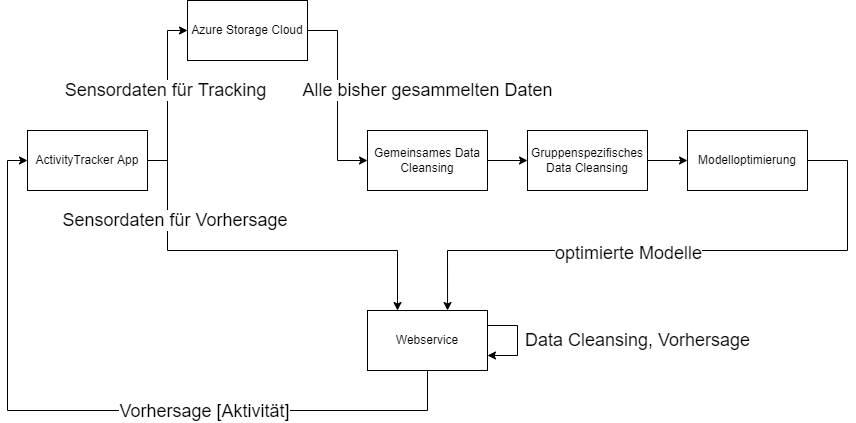
phyti1/ds_activity_tracker keeps this draw.io diagram as Datenfluss.drawio.png. Above is the earlier version. Source tidied: cells renumbered, new cells last; positions are measured from the earlier drawing's top-left corner, leaving out a move shared by most shapes.
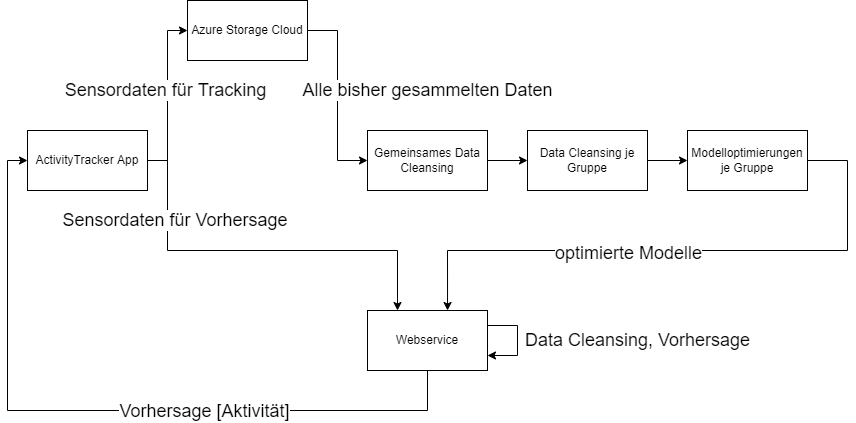
Later version of the same file.

Diff of the diagram source:
```diff
@@ -44,7 +44,7 @@
     <mxCell id="11" value="Gemeinsames Data Cleansing" style="rounded=0;whiteSpace=wrap;html=1;" parent="1" vertex="1">
       <mxGeometry x="360" y="130" width="120" height="60" as="geometry" />
     </mxCell>
-    <mxCell id="12" value="Gruppenspezifisches Data Cleansing" style="rounded=0;whiteSpace=wrap;html=1;" parent="1" vertex="1">
+    <mxCell id="12" value="Data Cleansing je Gruppe" style="rounded=0;whiteSpace=wrap;html=1;" parent="1" vertex="1">
       <mxGeometry x="520" y="130" width="120" height="60" as="geometry" />
     </mxCell>
     <mxCell id="13" style="edgeStyle=orthogonalEdgeStyle;rounded=0;jettySize=auto;html=1;exitX=1;exitY=0.5;exitDx=0;exitDy=0;entryX=0;entryY=0.5;entryDx=0;entryDy=0;" parent="1" edge="1" source="12" target="16">
@@ -64,7 +64,7 @@
         <mxPoint x="-98" y="6" as="offset" />
       </mxGeometry>
     </mxCell>
-    <mxCell id="16" value="Modelloptimierung" style="rounded=0;whiteSpace=wrap;html=1;" parent="1" vertex="1">
+    <mxCell id="16" value="Modelloptimierungen je Gruppe" style="rounded=0;whiteSpace=wrap;html=1;" parent="1" vertex="1">
       <mxGeometry x="680" y="130" width="120" height="60" as="geometry" />
     </mxCell>
     <mxCell id="17" style="edgeStyle=orthogonalEdgeStyle;rounded=0;jettySize=auto;html=1;exitX=0.5;exitY=1;exitDx=0;exitDy=0;entryX=0;entryY=0.5;entryDx=0;entryDy=0;" parent="1" edge="1" source="19" target="6">
```
